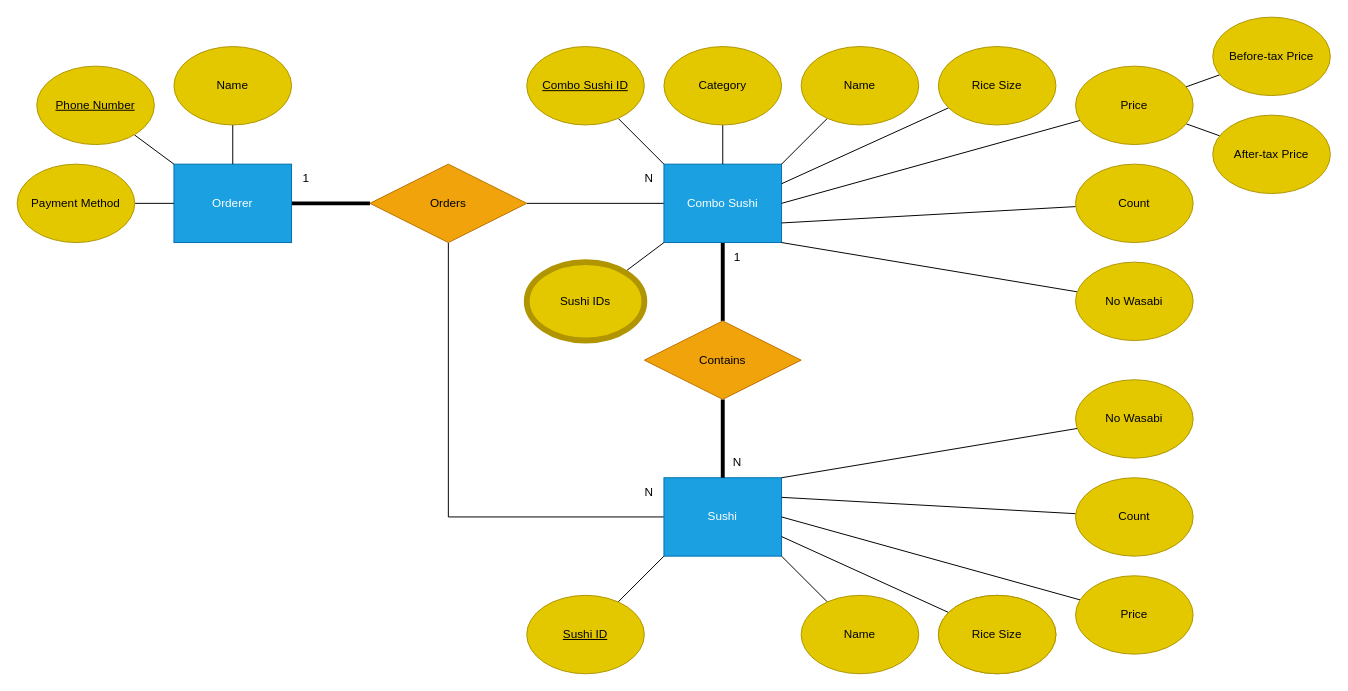
Above: tasks/db_modelling_1/diagram_3.dio in MrSung/praha_challenge (draw.io), before the change. Source tidied: cells renumbered, new cells numbered last; positions are measured from the earlier drawing's top-left corner, leaving out a move shared by most shapes. Both pictures are drawn from the tidied source at 98%, with x=0, y=0 at pixel (17, 17).
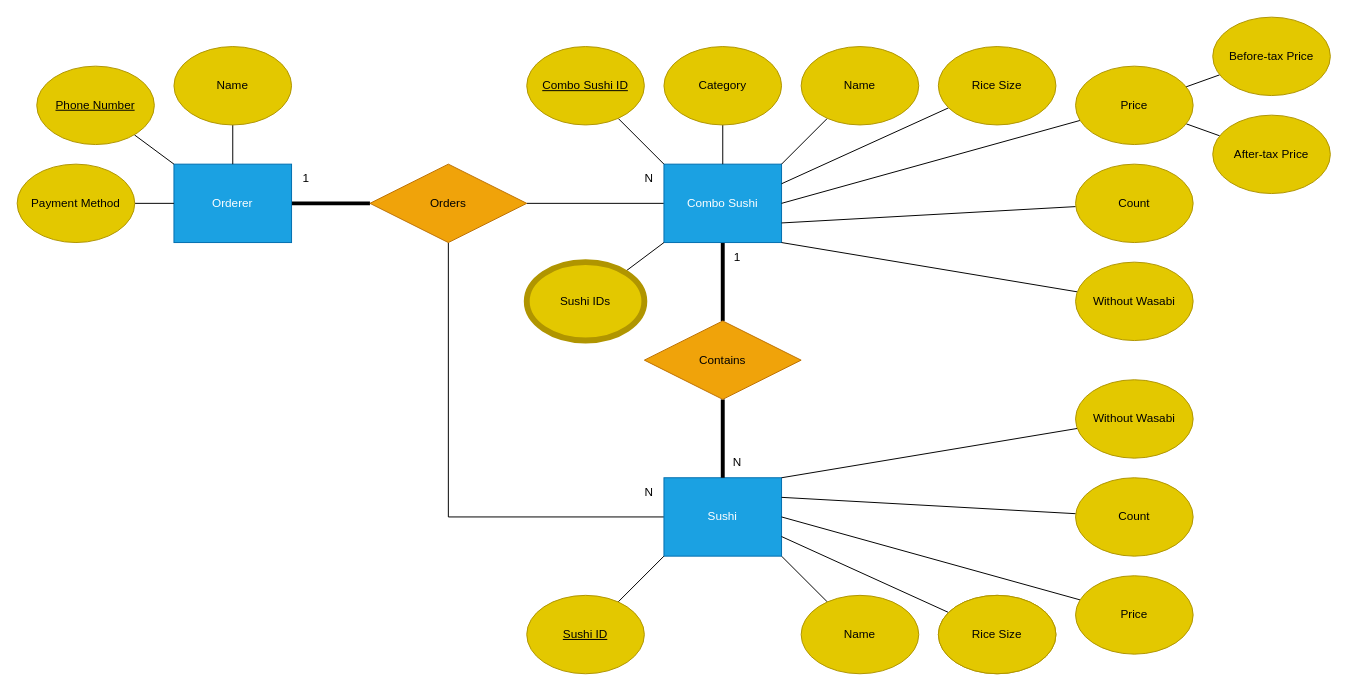
After the change.

The edit, as a diff of the source:
```diff
@@
-    <mxCell id="36" value="No Wasabi" style="ellipse;whiteSpace=wrap;html=1;fillColor=#e3c800;fontColor=#000000;strokeColor=#B09500;" parent="1" vertex="1">
+    <mxCell id="36" value="Without Wasabi" style="ellipse;whiteSpace=wrap;html=1;fillColor=#e3c800;fontColor=#000000;strokeColor=#B09500;" parent="1" vertex="1">
       <mxGeometry x="1080" y="250" width="120" height="80" as="geometry" />
     </mxCell>
@@
-    <mxCell id="39" value="No Wasabi" style="ellipse;whiteSpace=wrap;html=1;fillColor=#e3c800;fontColor=#000000;strokeColor=#B09500;" parent="1" vertex="1">
+    <mxCell id="39" value="Without Wasabi" style="ellipse;whiteSpace=wrap;html=1;fillColor=#e3c800;fontColor=#000000;strokeColor=#B09500;" parent="1" vertex="1">
       <mxGeometry x="1080" y="370" width="120" height="80" as="geometry" />
     </mxCell>
```
